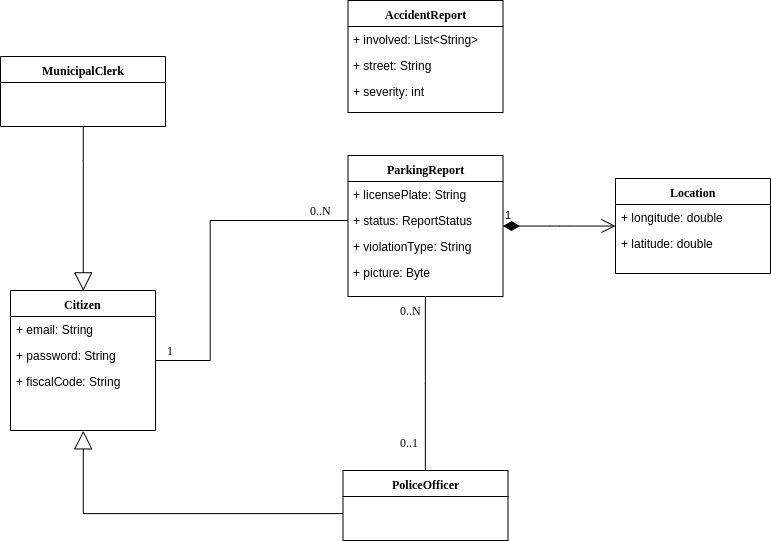
This is RASD/images/class-diagram.png from f3d0ss/CazzolaDotti-se2, a draw.io export, as it was before one commit. Source tidied: cells renumbered, new cells last; positions are measured from the earlier drawing's top-left corner, leaving out a move shared by most shapes.
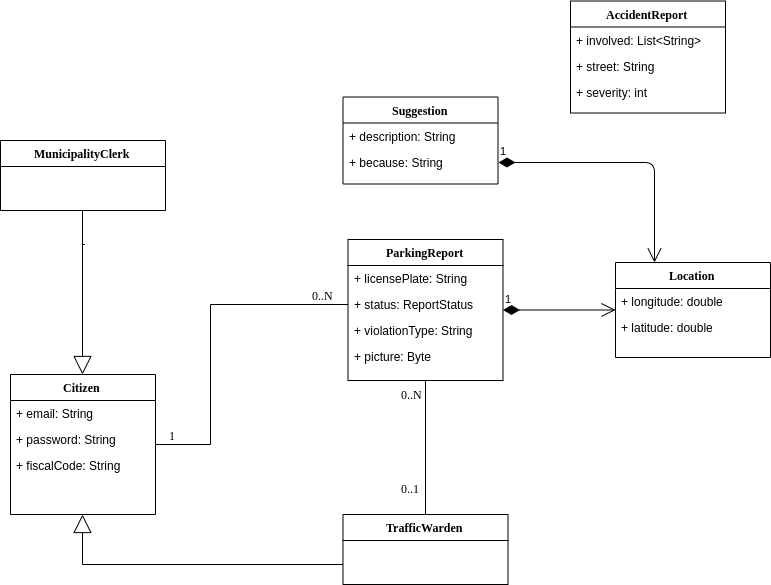
Above is the later version.

What changed in the source:
```diff
@@ -35,13 +35,13 @@
     <mxCell id="9" value="+ picture: Byte" style="text;html=1;strokeColor=none;fillColor=none;align=left;verticalAlign=top;spacingLeft=4;spacingRight=4;whiteSpace=wrap;overflow=hidden;" parent="5" vertex="1">
       <mxGeometry y="104" width="155" height="26" as="geometry" />
     </mxCell>
-    <mxCell id="10" value="PoliceOfficer" style="swimlane;html=1;fontStyle=1;align=center;verticalAlign=top;horizontal=1;startSize=26;swimlaneFillColor=#ffffff;rounded=0;shadow=0;comic=0;labelBackgroundColor=none;strokeColor=#000000;strokeWidth=1;fillColor=none;fontFamily=Verdana;fontSize=12;fontColor=#000000;" parent="1" vertex="1">
-      <mxGeometry x="342.5" y="470" width="165" height="70" as="geometry" />
+    <mxCell id="10" value="TrafficWarden" style="swimlane;html=1;fontStyle=1;align=center;verticalAlign=top;horizontal=1;startSize=26;swimlaneFillColor=#ffffff;rounded=0;shadow=0;comic=0;labelBackgroundColor=none;strokeColor=#000000;strokeWidth=1;fillColor=none;fontFamily=Verdana;fontSize=12;fontColor=#000000;" parent="1" vertex="1">
+      <mxGeometry x="342.5" y="430" width="165" height="70" as="geometry" />
     </mxCell>
     <mxCell id="11" style="edgeStyle=orthogonalEdgeStyle;rounded=0;html=1;labelBackgroundColor=none;startArrow=none;startFill=0;startSize=8;endArrow=block;endFill=0;endSize=16;fontFamily=Verdana;fontSize=12;entryX=0.5;entryY=1;entryDx=0;entryDy=0;" parent="1" edge="1" source="10" target="23">
       <mxGeometry relative="1" as="geometry">
         <Array as="points">
-          <mxPoint x="83" y="513" />
+          <mxPoint x="82" y="480" />
         </Array>
       </mxGeometry>
     </mxCell>
@@ -62,7 +62,7 @@
     </mxCell>
     <mxCell id="17" value="0..N" style="text;html=1;align=center;verticalAlign=middle;labelBackgroundColor=#ffffff;fontSize=12;fontFamily=Verdana;fontColor=#000000;" parent="16" vertex="1">
       <mxGeometry x="-0.57" y="-86" relative="1" as="geometry">
-        <mxPoint x="71" y="-23.5" as="offset" />
+        <mxPoint x="71" y="-15" as="offset" />
       </mxGeometry>
     </mxCell>
     <mxCell id="18" value="0..1" style="text;html=1;align=center;verticalAlign=middle;labelBackgroundColor=#ffffff;fontSize=12;fontFamily=Verdana;fontColor=#000000;" parent="16" vertex="1">
@@ -71,7 +71,7 @@
       </mxGeometry>
     </mxCell>
     <mxCell id="19" value="AccidentReport" style="swimlane;html=1;fontStyle=1;align=center;verticalAlign=top;horizontal=1;startSize=26;swimlaneFillColor=#ffffff;rounded=0;shadow=0;comic=0;labelBackgroundColor=none;strokeColor=#000000;strokeWidth=1;fillColor=none;fontFamily=Verdana;fontSize=12;fontColor=#000000;" parent="1" vertex="1">
-      <mxGeometry x="347.5" width="155" height="112" as="geometry" />
+      <mxGeometry x="570" y="-83.5" width="155" height="112" as="geometry" />
     </mxCell>
     <mxCell id="20" value="+ involved: List&amp;lt;String&amp;gt;" style="text;html=1;strokeColor=none;fillColor=none;align=left;verticalAlign=top;spacingLeft=4;spacingRight=4;whiteSpace=wrap;overflow=hidden;" parent="19" vertex="1">
       <mxGeometry y="26" width="155" height="26" as="geometry" />
@@ -94,7 +94,7 @@
     <mxCell id="26" value="+ fiscalCode: String" style="text;html=1;strokeColor=none;fillColor=none;align=left;verticalAlign=top;spacingLeft=4;spacingRight=4;whiteSpace=wrap;overflow=hidden;" parent="23" vertex="1">
       <mxGeometry y="78" width="145" height="26" as="geometry" />
     </mxCell>
-    <mxCell id="27" value="MunicipalClerk" style="swimlane;html=1;fontStyle=1;align=center;verticalAlign=top;horizontal=1;startSize=26;swimlaneFillColor=#ffffff;rounded=0;shadow=0;comic=0;labelBackgroundColor=none;strokeColor=#000000;strokeWidth=1;fillColor=none;fontFamily=Verdana;fontSize=12;fontColor=#000000;" parent="1" vertex="1">
+    <mxCell id="27" value="MunicipalityClerk" style="swimlane;html=1;fontStyle=1;align=center;verticalAlign=top;horizontal=1;startSize=26;swimlaneFillColor=#ffffff;rounded=0;shadow=0;comic=0;labelBackgroundColor=none;strokeColor=#000000;strokeWidth=1;fillColor=none;fontFamily=Verdana;fontSize=12;fontColor=#000000;" parent="1" vertex="1">
       <mxGeometry y="56" width="165" height="70" as="geometry" />
     </mxCell>
     <mxCell id="28" style="edgeStyle=orthogonalEdgeStyle;rounded=0;html=1;labelBackgroundColor=none;startArrow=none;startFill=0;startSize=8;endArrow=block;endFill=0;endSize=16;fontFamily=Verdana;fontSize=12;entryX=0.5;entryY=0;entryDx=0;entryDy=0;exitX=0.5;exitY=1;exitDx=0;exitDy=0;" parent="1" edge="1" source="27" target="23">
@@ -105,5 +105,17 @@
         </Array>
       </mxGeometry>
     </mxCell>
+    <mxCell id="29" value="Suggestion" style="swimlane;html=1;fontStyle=1;align=center;verticalAlign=top;horizontal=1;startSize=26;swimlaneFillColor=#ffffff;rounded=0;shadow=0;comic=0;labelBackgroundColor=none;strokeColor=#000000;strokeWidth=1;fillColor=none;fontFamily=Verdana;fontSize=12;fontColor=#000000;" parent="1" vertex="1">
+      <mxGeometry x="342.5" y="12.5" width="155" height="87" as="geometry" />
+    </mxCell>
+    <mxCell id="30" value="+ description: String" style="text;html=1;strokeColor=none;fillColor=none;align=left;verticalAlign=top;spacingLeft=4;spacingRight=4;whiteSpace=wrap;overflow=hidden;" parent="29" vertex="1">
+      <mxGeometry y="26" width="155" height="26" as="geometry" />
+    </mxCell>
+    <mxCell id="31" value="+ because: String" style="text;html=1;strokeColor=none;fillColor=none;align=left;verticalAlign=top;spacingLeft=4;spacingRight=4;whiteSpace=wrap;overflow=hidden;points=[[0,0.5],[1,0.5]];portConstraint=eastwest;" parent="29" vertex="1">
+      <mxGeometry y="52" width="155" height="26" as="geometry" />
+    </mxCell>
+    <mxCell id="32" value="1" style="endArrow=open;html=1;endSize=12;startArrow=diamondThin;startSize=14;startFill=1;edgeStyle=orthogonalEdgeStyle;align=left;verticalAlign=bottom;exitX=1;exitY=0.5;exitDx=0;exitDy=0;entryX=0.25;entryY=0;entryDx=0;entryDy=0;" parent="1" edge="1" source="31" target="12">
+      <mxGeometry x="-1" y="3" relative="1" as="geometry" />
+    </mxCell>
   </root>
 </mxGraphModel>
```
